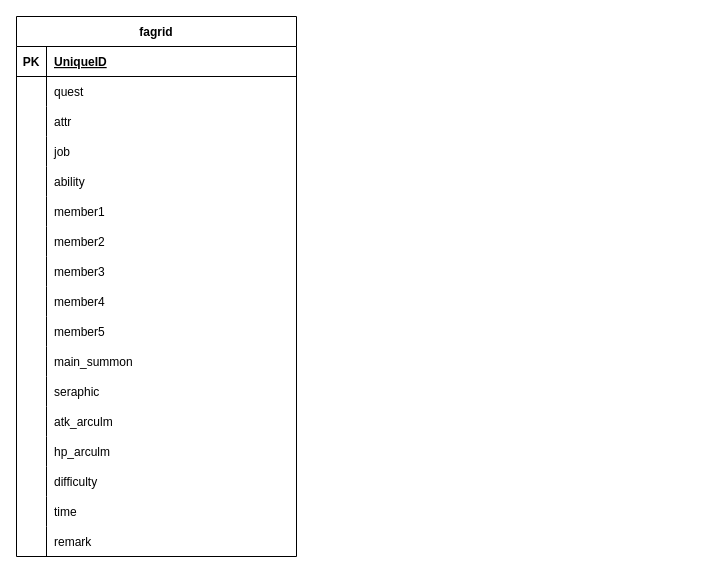
Before: TABLE.drawio in aigis1/gridbf, a draw.io diagram. Source tidied: cells renumbered, new cells numbered last; positions are measured from the earlier drawing's top-left corner, leaving out a move shared by most shapes. Both pictures are drawn from the tidied source at 100%, with x=0, y=0 at pixel (16, 16).
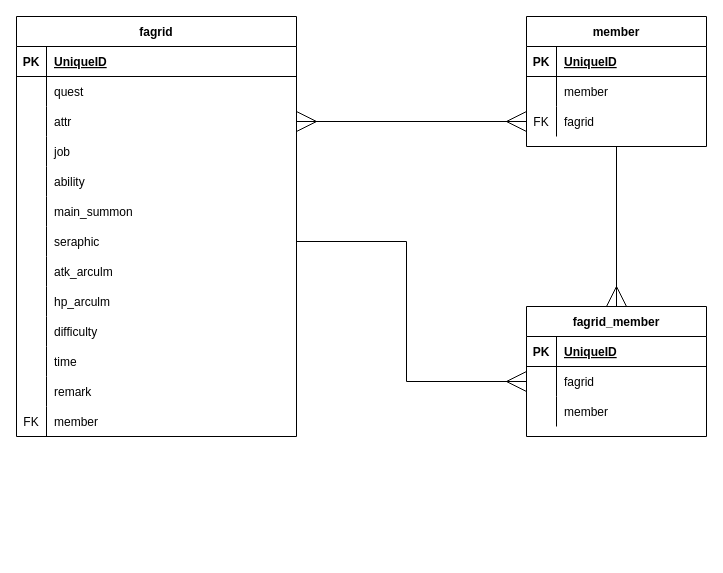
After the change.

The change refers to these unchanged cells:
```xml
<mxCell id="9" style="shape=partialRectangle;fillColor=none;top=0;left=0;bottom=0;right=0;points=[[0,0.5],[1,0.5]];portConstraint=eastwest;" parent="2" vertex="1">
  <mxGeometry y="90" width="280" height="30" as="geometry" />
</mxCell>
```

What changed in the source:
```diff
@@
-<mxGraphModel>
+<mxGraphModel background="#ffffff">
@@
     <mxCell id="2" value="fagrid" style="shape=table;startSize=30;childLayout=tableLayout;rowLines=0;fontStyle=1;align=center;" parent="1" vertex="1">
-      <mxGeometry width="280" height="540" as="geometry" />
+      <mxGeometry width="280" height="420" as="geometry" />
     </mxCell>
@@
-    <mxCell id="18" style="shape=partialRectangle;fillColor=none;top=0;left=0;bottom=0;right=0;" parent="2" vertex="1">
-      <mxGeometry y="180" width="280" height="30" as="geometry" />
-    </mxCell>
-    <mxCell id="19" style="shape=partialRectangle;fillColor=none;top=0;left=0;bottom=0;right=0;overflow=hidden;" parent="18" vertex="1">
-      <mxGeometry width="30" height="30" as="geometry" />
-    </mxCell>
-    <mxCell id="20" value="member1" style="shape=partialRectangle;fillColor=none;top=0;left=0;bottom=0;right=0;align=left;spacingLeft=6;overflow=hidden;" parent="18" vertex="1">
-      <mxGeometry x="30" width="250" height="30" as="geometry" />
-    </mxCell>
-    <mxCell id="21" style="shape=partialRectangle;fillColor=none;top=0;left=0;bottom=0;right=0;" parent="2" vertex="1">
-      <mxGeometry y="210" width="280" height="30" as="geometry" />
-    </mxCell>
-    <mxCell id="22" style="shape=partialRectangle;fillColor=none;top=0;left=0;bottom=0;right=0;overflow=hidden;" parent="21" vertex="1">
-      <mxGeometry width="30" height="30" as="geometry" />
-    </mxCell>
-    <mxCell id="23" value="member2" style="shape=partialRectangle;fillColor=none;top=0;left=0;bottom=0;right=0;align=left;spacingLeft=6;overflow=hidden;" parent="21" vertex="1">
-      <mxGeometry x="30" width="250" height="30" as="geometry" />
-    </mxCell>
-    <mxCell id="24" style="shape=partialRectangle;fillColor=none;top=0;left=0;bottom=0;right=0;" parent="2" vertex="1">
-      <mxGeometry y="240" width="280" height="30" as="geometry" />
-    </mxCell>
-    <mxCell id="25" style="shape=partialRectangle;fillColor=none;top=0;left=0;bottom=0;right=0;overflow=hidden;" parent="24" vertex="1">
-      <mxGeometry width="30" height="30" as="geometry" />
-    </mxCell>
-    <mxCell id="26" value="member3" style="shape=partialRectangle;fillColor=none;top=0;left=0;bottom=0;right=0;align=left;spacingLeft=6;overflow=hidden;" parent="24" vertex="1">
-      <mxGeometry x="30" width="250" height="30" as="geometry" />
-    </mxCell>
-    <mxCell id="27" style="shape=partialRectangle;fillColor=none;top=0;left=0;bottom=0;right=0;" parent="2" vertex="1">
-      <mxGeometry y="270" width="280" height="30" as="geometry" />
-    </mxCell>
-    <mxCell id="28" style="shape=partialRectangle;fillColor=none;top=0;left=0;bottom=0;right=0;overflow=hidden;" parent="27" vertex="1">
-      <mxGeometry width="30" height="30" as="geometry" />
-    </mxCell>
-    <mxCell id="29" value="member4" style="shape=partialRectangle;fillColor=none;top=0;left=0;bottom=0;right=0;align=left;spacingLeft=6;overflow=hidden;" parent="27" vertex="1">
-      <mxGeometry x="30" width="250" height="30" as="geometry" />
-    </mxCell>
-    <mxCell id="30" style="shape=partialRectangle;fillColor=none;top=0;left=0;bottom=0;right=0;" parent="2" vertex="1">
-      <mxGeometry y="300" width="280" height="30" as="geometry" />
-    </mxCell>
-    <mxCell id="31" style="shape=partialRectangle;fillColor=none;top=0;left=0;bottom=0;right=0;overflow=hidden;" parent="30" vertex="1">
-      <mxGeometry width="30" height="30" as="geometry" />
-    </mxCell>
-    <mxCell id="32" value="member5" style="shape=partialRectangle;fillColor=none;top=0;left=0;bottom=0;right=0;align=left;spacingLeft=6;overflow=hidden;" parent="30" vertex="1">
-      <mxGeometry x="30" width="250" height="30" as="geometry" />
-    </mxCell>
-    <mxCell id="33" style="shape=partialRectangle;fillColor=none;top=0;left=0;bottom=0;right=0;" parent="2" vertex="1">
-      <mxGeometry y="330" width="280" height="30" as="geometry" />
-    </mxCell>
-    <mxCell id="34" style="shape=partialRectangle;fillColor=none;top=0;left=0;bottom=0;right=0;overflow=hidden;" parent="33" vertex="1">
-      <mxGeometry width="30" height="30" as="geometry" />
-    </mxCell>
+    <mxCell id="54" style="shape=partialRectangle;fillColor=none;top=0;left=0;bottom=0;right=0;" parent="2" vertex="1">
+      <mxGeometry y="180" width="280" height="30" as="geometry" />
+    </mxCell>
+    <mxCell id="55" style="shape=partialRectangle;fillColor=none;top=0;left=0;bottom=0;right=0;overflow=hidden;" parent="54" vertex="1">
+      <mxGeometry width="30" height="30" as="geometry" />
+    </mxCell>
-    <mxCell id="35" value="main_summon" style="shape=partialRectangle;fillColor=none;top=0;left=0;bottom=0;right=0;align=left;spacingLeft=6;overflow=hidden;" parent="33" vertex="1">
+    <mxCell id="35" value="main_summon" style="shape=partialRectangle;fillColor=none;top=0;left=0;bottom=0;right=0;align=left;spacingLeft=6;overflow=hidden;" parent="54" vertex="1">
       <mxGeometry x="30" width="250" height="30" as="geometry" />
     </mxCell>
     <mxCell id="36" style="shape=partialRectangle;fillColor=none;top=0;left=0;bottom=0;right=0;points=[[0,0.5],[1,0.5]];portConstraint=eastwest;" parent="2" vertex="1">
-      <mxGeometry y="360" width="280" height="30" as="geometry" />
+      <mxGeometry y="210" width="280" height="30" as="geometry" />
     </mxCell>
@@
     <mxCell id="39" style="shape=partialRectangle;fillColor=none;top=0;left=0;bottom=0;right=0;" parent="2" vertex="1">
-      <mxGeometry y="390" width="280" height="30" as="geometry" />
+      <mxGeometry y="240" width="280" height="30" as="geometry" />
     </mxCell>
@@
     <mxCell id="42" style="shape=partialRectangle;fillColor=none;top=0;left=0;bottom=0;right=0;" parent="2" vertex="1">
-      <mxGeometry y="420" width="280" height="30" as="geometry" />
+      <mxGeometry y="270" width="280" height="30" as="geometry" />
     </mxCell>
@@
     <mxCell id="45" style="shape=partialRectangle;fillColor=none;top=0;left=0;bottom=0;right=0;" parent="2" vertex="1">
-      <mxGeometry y="450" width="280" height="30" as="geometry" />
+      <mxGeometry y="300" width="280" height="30" as="geometry" />
     </mxCell>
@@
     <mxCell id="48" style="shape=partialRectangle;fillColor=none;top=0;left=0;bottom=0;right=0;" parent="2" vertex="1">
-      <mxGeometry y="480" width="280" height="30" as="geometry" />
+      <mxGeometry y="330" width="280" height="30" as="geometry" />
     </mxCell>
@@
     <mxCell id="51" style="shape=partialRectangle;fillColor=none;top=0;left=0;bottom=0;right=0;" parent="2" vertex="1">
-      <mxGeometry y="510" width="280" height="30" as="geometry" />
+      <mxGeometry y="360" width="280" height="30" as="geometry" />
     </mxCell>
@@
+    <mxCell id="18" style="shape=partialRectangle;fillColor=none;top=0;left=0;bottom=0;right=0;" parent="2" vertex="1">
+      <mxGeometry y="390" width="280" height="30" as="geometry" />
+    </mxCell>
+    <mxCell id="19" value="FK" style="shape=partialRectangle;fillColor=none;top=0;left=0;bottom=0;right=0;overflow=hidden;" parent="18" vertex="1">
+      <mxGeometry width="30" height="30" as="geometry" />
+    </mxCell>
+    <mxCell id="20" value="member" style="shape=partialRectangle;fillColor=none;top=0;left=0;bottom=0;right=0;align=left;spacingLeft=6;overflow=hidden;" parent="18" vertex="1">
+      <mxGeometry x="30" width="250" height="30" as="geometry" />
+    </mxCell>
+    <mxCell id="56" style="edgeStyle=orthogonalEdgeStyle;rounded=0;jettySize=auto;html=1;exitX=0.5;exitY=1;exitDx=0;exitDy=0;entryX=0.5;entryY=0;entryDx=0;entryDy=0;endArrow=ERmany;endFill=0;endSize=18;" parent="1" edge="1" source="57" target="67">
+      <mxGeometry relative="1" as="geometry" />
+    </mxCell>
+    <mxCell id="57" value="member" style="shape=table;startSize=30;childLayout=tableLayout;rowLines=0;fontStyle=1;align=center;" parent="1" vertex="1">
+      <mxGeometry x="510" width="180" height="130" as="geometry" />
+    </mxCell>
+    <mxCell id="58" style="shape=partialRectangle;fillColor=none;top=0;left=0;bottom=1;right=0;" parent="57" vertex="1">
+      <mxGeometry y="30" width="180" height="30" as="geometry" />
+    </mxCell>
+    <mxCell id="59" value="PK" style="shape=partialRectangle;fillColor=none;top=0;left=0;bottom=0;right=0;fontStyle=1;overflow=hidden;" parent="58" vertex="1">
+      <mxGeometry width="30" height="30" as="geometry" />
+    </mxCell>
+    <mxCell id="60" value="UniqueID" style="shape=partialRectangle;fillColor=none;top=0;left=0;bottom=0;right=0;align=left;spacingLeft=6;fontStyle=5;overflow=hidden;" parent="58" vertex="1">
+      <mxGeometry x="30" width="150" height="30" as="geometry" />
+    </mxCell>
+    <mxCell id="61" style="shape=partialRectangle;fillColor=none;top=0;left=0;bottom=0;right=0;" parent="57" vertex="1">
+      <mxGeometry y="60" width="180" height="30" as="geometry" />
+    </mxCell>
+    <mxCell id="62" style="shape=partialRectangle;fillColor=none;top=0;left=0;bottom=0;right=0;overflow=hidden;" parent="61" vertex="1">
+      <mxGeometry width="30" height="30" as="geometry" />
+    </mxCell>
+    <mxCell id="63" value="member" style="shape=partialRectangle;fillColor=none;top=0;left=0;bottom=0;right=0;align=left;spacingLeft=6;overflow=hidden;" parent="61" vertex="1">
+      <mxGeometry x="30" width="150" height="30" as="geometry" />
+    </mxCell>
+    <mxCell id="64" style="shape=partialRectangle;fillColor=none;top=0;left=0;bottom=0;right=0;points=[[0,0.5],[1,0.5]];portConstraint=eastwest;" parent="57" vertex="1">
+      <mxGeometry y="90" width="180" height="30" as="geometry" />
+    </mxCell>
+    <mxCell id="65" value="FK" style="shape=partialRectangle;fillColor=none;top=0;left=0;bottom=0;right=0;overflow=hidden;" parent="64" vertex="1">
+      <mxGeometry width="30" height="30" as="geometry" />
+    </mxCell>
+    <mxCell id="66" value="fagrid" style="shape=partialRectangle;fillColor=none;top=0;left=0;bottom=0;right=0;align=left;spacingLeft=6;overflow=hidden;" parent="64" vertex="1">
+      <mxGeometry x="30" width="150" height="30" as="geometry" />
+    </mxCell>
+    <mxCell id="67" value="fagrid_member" style="shape=table;startSize=30;childLayout=tableLayout;rowLines=0;fontStyle=1;align=center;" parent="1" vertex="1">
+      <mxGeometry x="510" y="290" width="180" height="130" as="geometry" />
+    </mxCell>
+    <mxCell id="68" style="shape=partialRectangle;fillColor=none;top=0;left=0;bottom=1;right=0;" parent="67" vertex="1">
+      <mxGeometry y="30" width="180" height="30" as="geometry" />
+    </mxCell>
+    <mxCell id="69" value="PK" style="shape=partialRectangle;fillColor=none;top=0;left=0;bottom=0;right=0;fontStyle=1;overflow=hidden;" parent="68" vertex="1">
+      <mxGeometry width="30" height="30" as="geometry" />
+    </mxCell>
+    <mxCell id="70" value="UniqueID" style="shape=partialRectangle;fillColor=none;top=0;left=0;bottom=0;right=0;align=left;spacingLeft=6;fontStyle=5;overflow=hidden;" parent="68" vertex="1">
+      <mxGeometry x="30" width="150" height="30" as="geometry" />
+    </mxCell>
+    <mxCell id="71" style="shape=partialRectangle;fillColor=none;top=0;left=0;bottom=0;right=0;points=[[0,0.5],[1,0.5]];portConstraint=eastwest;" parent="67" vertex="1">
+      <mxGeometry y="60" width="180" height="30" as="geometry" />
+    </mxCell>
+    <mxCell id="72" style="shape=partialRectangle;fillColor=none;top=0;left=0;bottom=0;right=0;overflow=hidden;" parent="71" vertex="1">
+      <mxGeometry width="30" height="30" as="geometry" />
+    </mxCell>
+    <mxCell id="73" value="fagrid" style="shape=partialRectangle;fillColor=none;top=0;left=0;bottom=0;right=0;align=left;spacingLeft=6;overflow=hidden;" parent="71" vertex="1">
+      <mxGeometry x="30" width="150" height="30" as="geometry" />
+    </mxCell>
+    <mxCell id="74" style="shape=partialRectangle;fillColor=none;top=0;left=0;bottom=0;right=0;" parent="67" vertex="1">
+      <mxGeometry y="90" width="180" height="30" as="geometry" />
+    </mxCell>
+    <mxCell id="75" style="shape=partialRectangle;fillColor=none;top=0;left=0;bottom=0;right=0;overflow=hidden;" parent="74" vertex="1">
+      <mxGeometry width="30" height="30" as="geometry" />
+    </mxCell>
+    <mxCell id="76" value="member" style="shape=partialRectangle;fillColor=none;top=0;left=0;bottom=0;right=0;align=left;spacingLeft=6;overflow=hidden;" parent="74" vertex="1">
+      <mxGeometry x="30" width="150" height="30" as="geometry" />
+    </mxCell>
+    <mxCell id="77" style="edgeStyle=orthogonalEdgeStyle;rounded=0;jettySize=auto;html=1;exitX=1;exitY=0.5;exitDx=0;exitDy=0;entryX=0;entryY=0.5;entryDx=0;entryDy=0;startArrow=none;startFill=0;endArrow=ERmany;endFill=0;endSize=18;" parent="1" edge="1" source="36" target="71">
+      <mxGeometry relative="1" as="geometry" />
+    </mxCell>
+    <mxCell id="78" style="edgeStyle=orthogonalEdgeStyle;rounded=0;jettySize=auto;html=1;exitX=1;exitY=0.5;exitDx=0;exitDy=0;entryX=0;entryY=0.5;entryDx=0;entryDy=0;startArrow=ERmany;startFill=0;endArrow=ERmany;endFill=0;endSize=18;startSize=18;" parent="1" edge="1" source="9" target="64">
+      <mxGeometry relative="1" as="geometry" />
+    </mxCell>
```
